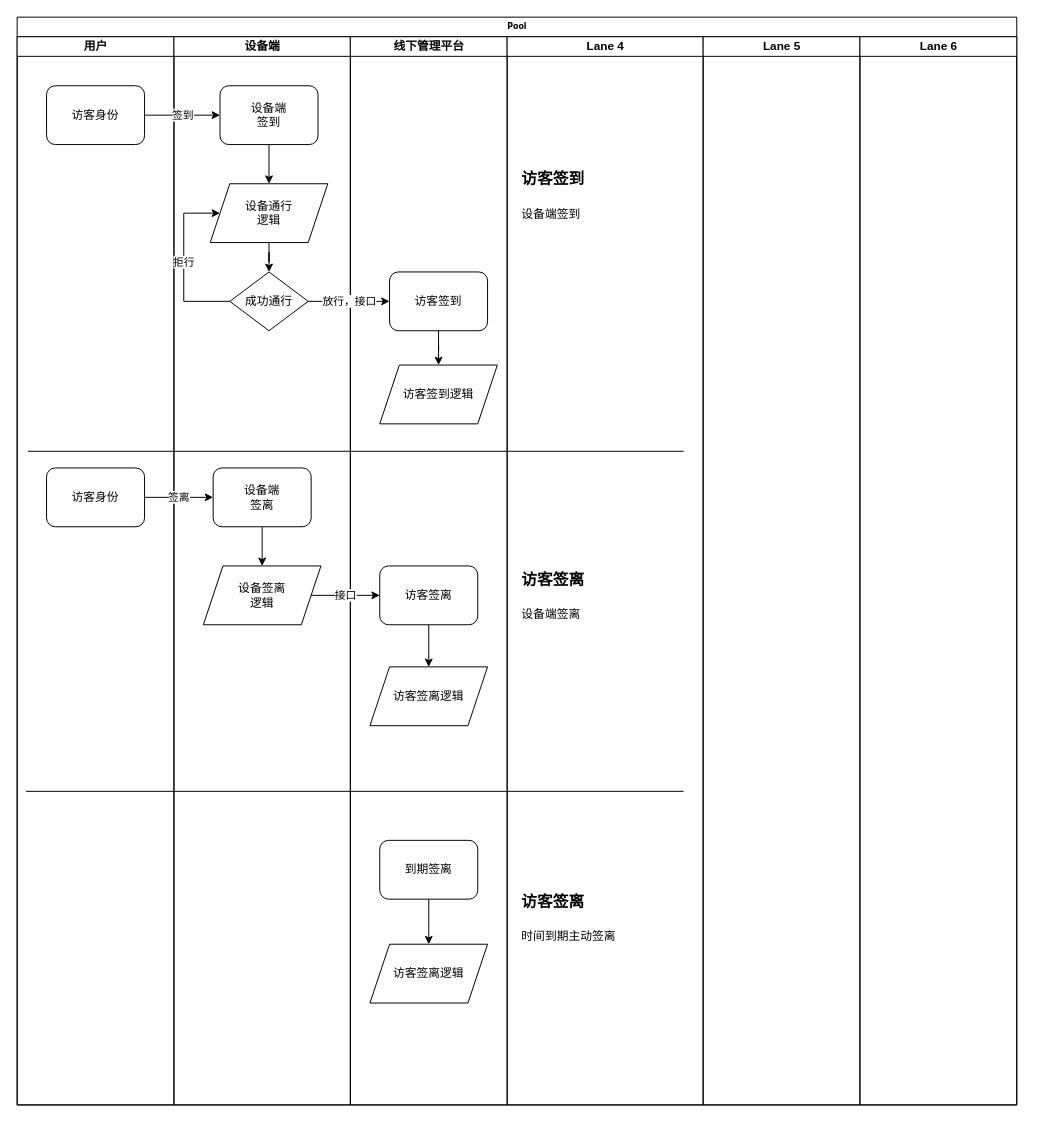
Above: page "线下访客签到签离-整体流程" (2 of 5) of 访客功能-线下平台和设备交互流程.drawio in chwnjianhui/draw.io (draw.io), before the change. Source tidied: cells renumbered, new cells numbered last; positions are measured from the earlier drawing's top-left corner, leaving out a move shared by most shapes. Both pictures are drawn from the tidied source at 98%, with x=0, y=0 at pixel (17, 17).
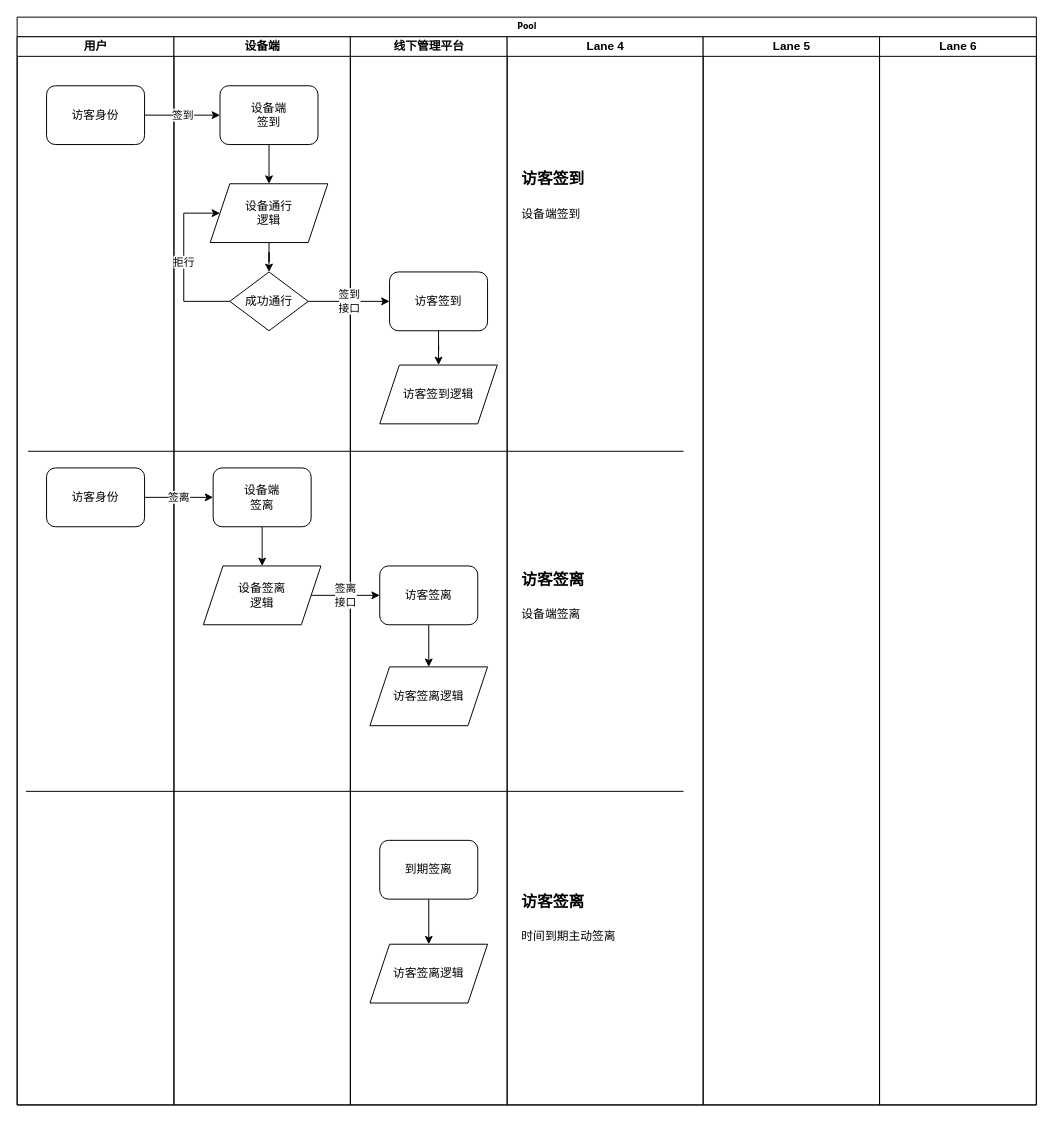
After the change.

The change refers to these unchanged cells:
```xml
<mxCell id="11" value="&lt;font face=&quot;Helvetica&quot;&gt;&lt;span style=&quot;font-size: 12px;&quot;&gt;成功通行&lt;/span&gt;&lt;/font&gt;" style="rhombus;whiteSpace=wrap;html=1;rounded=0;shadow=0;labelBackgroundColor=none;strokeWidth=1;fontFamily=Verdana;fontSize=10;align=center;fillColor=#FFFFFF;" parent="6" vertex="1">
  <mxGeometry x="57" y="240" width="80" height="60" as="geometry" />
</mxCell>
<mxCell id="15" value="设备签离&lt;br&gt;逻辑" style="shape=parallelogram;perimeter=parallelogramPerimeter;whiteSpace=wrap;html=1;fixedSize=1;" parent="6" vertex="1">
  <mxGeometry x="30" y="540" width="120" height="60" as="geometry" />
</mxCell>
<mxCell id="19" value="&lt;span style=&quot;font-family: Helvetica; font-size: 12px;&quot;&gt;访客签到&lt;/span&gt;" style="rounded=1;whiteSpace=wrap;html=1;shadow=0;labelBackgroundColor=none;strokeWidth=1;fontFamily=Verdana;fontSize=10;align=center;" parent="17" vertex="1">
  <mxGeometry x="40" y="240" width="100" height="60" as="geometry" />
</mxCell>
<mxCell id="22" value="&lt;span style=&quot;font-family: Helvetica; font-size: 12px;&quot;&gt;访客签离&lt;/span&gt;" style="rounded=1;whiteSpace=wrap;html=1;shadow=0;labelBackgroundColor=none;strokeWidth=1;fontFamily=Verdana;fontSize=10;align=center;" parent="17" vertex="1">
  <mxGeometry x="30" y="540" width="100" height="60" as="geometry" />
</mxCell>
```

Change to the diagram source:
```diff
@@
     <mxCell id="2" value="Pool" style="swimlane;html=1;startSize=20;rounded=0;shadow=0;labelBackgroundColor=none;strokeWidth=1;fontFamily=Verdana;fontSize=8;align=center;" parent="1" vertex="1">
-      <mxGeometry width="1020" height="1110" as="geometry" />
+      <mxGeometry width="1040" height="1110" as="geometry" />
     </mxCell>
@@
     <mxCell id="31" value="Lane 5" style="swimlane;html=1;startSize=20;" parent="2" vertex="1">
-      <mxGeometry x="700" y="20" width="160" height="1090" as="geometry" />
+      <mxGeometry x="700" y="20" width="180" height="1090" as="geometry" />
     </mxCell>
     <mxCell id="32" value="Lane 6" style="swimlane;html=1;startSize=20;" parent="2" vertex="1">
-      <mxGeometry x="860" y="20" width="160" height="1090" as="geometry" />
+      <mxGeometry x="880" y="20" width="160" height="1090" as="geometry" />
     </mxCell>
@@
-    <mxCell id="34" value="放行，接口" style="edgeStyle=orthogonalEdgeStyle;rounded=0;jettySize=auto;html=1;" parent="2" edge="1" source="11" target="19">
+    <mxCell id="34" value="签到&lt;br&gt;接口" style="edgeStyle=orthogonalEdgeStyle;rounded=0;jettySize=auto;html=1;" parent="2" edge="1" source="11" target="19">
       <mxGeometry relative="1" as="geometry" />
     </mxCell>
@@
-    <mxCell id="36" value="接口" style="edgeStyle=orthogonalEdgeStyle;rounded=0;jettySize=auto;html=1;" parent="2" edge="1" source="15" target="22">
+    <mxCell id="36" value="签离&lt;br&gt;接口" style="edgeStyle=orthogonalEdgeStyle;rounded=0;jettySize=auto;html=1;" parent="2" edge="1" source="15" target="22">
       <mxGeometry relative="1" as="geometry" />
     </mxCell>
```
